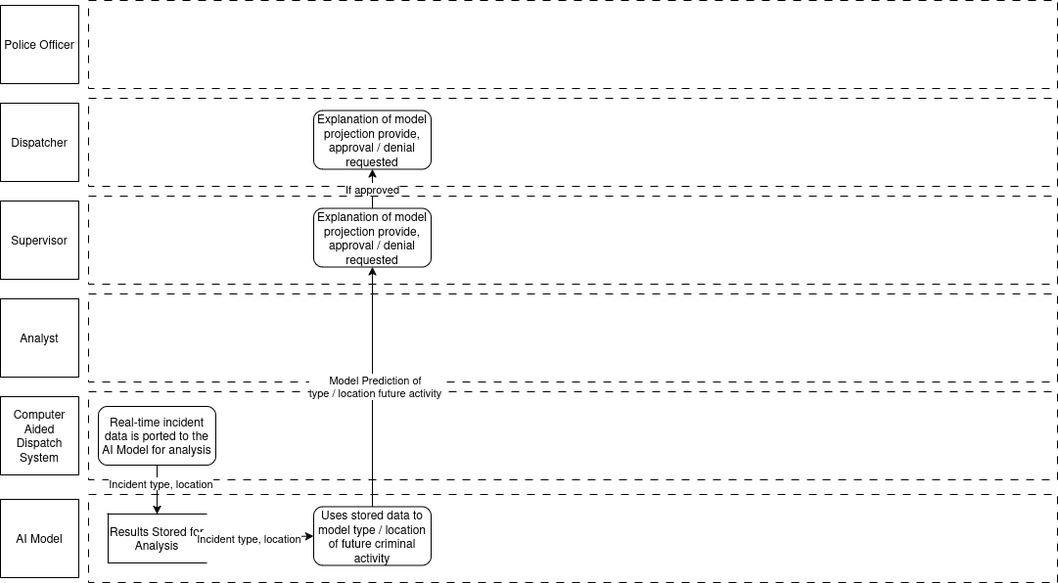
Earlier version of the draw.io export Week_5/Week5Diagram_Wright.png (bama730/CS_3332). Source tidied: cells renumbered, new cells last; positions are measured from the earlier drawing's top-left corner, leaving out a move shared by most shapes.
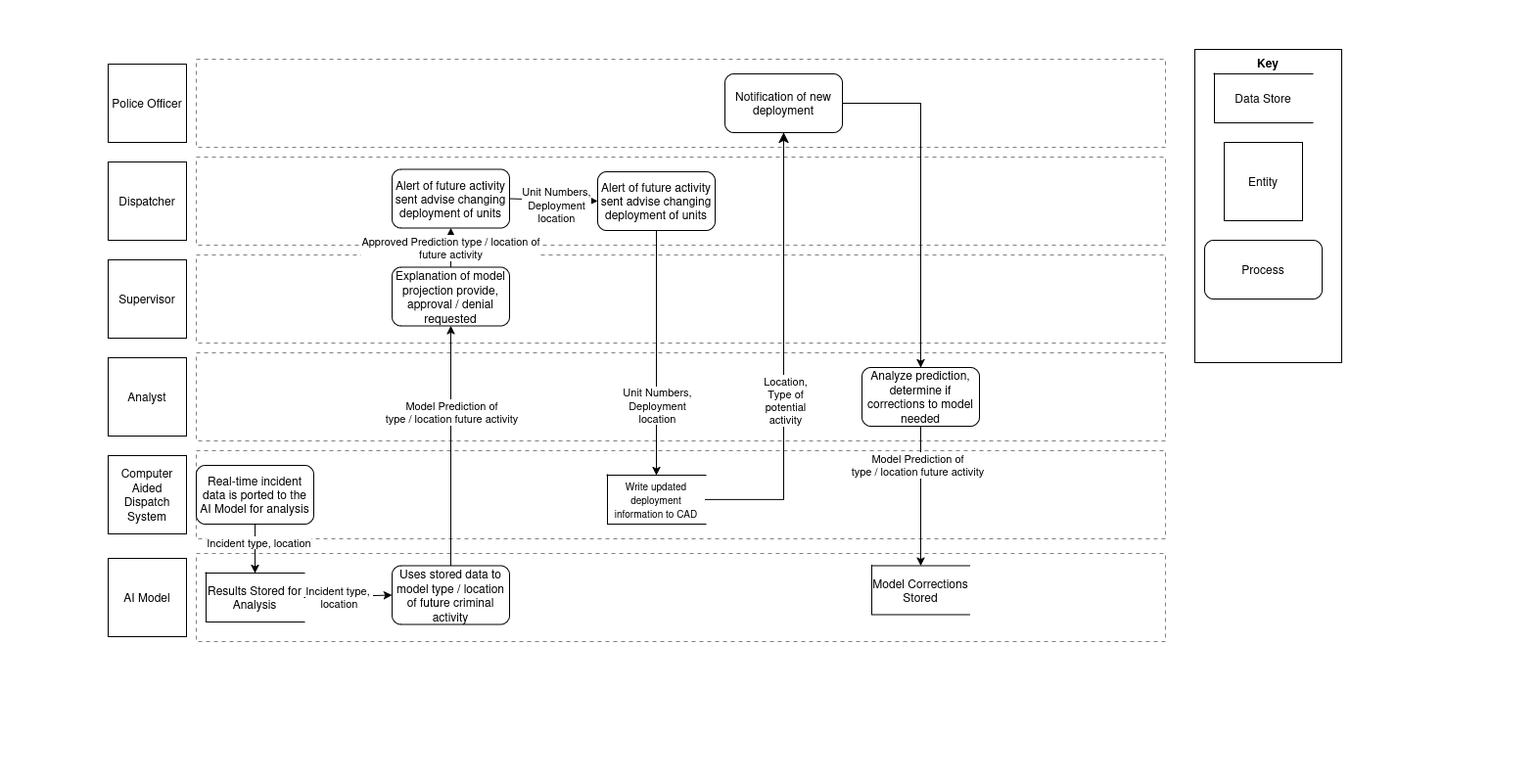
Above is the later version.

Change to the diagram source:
```diff
@@ -2,47 +2,50 @@
   <root>
     <mxCell id="0" />
     <mxCell id="1" parent="0" />
+    <mxCell id="26" style="rounded=0;whiteSpace=wrap;html=1;strokeColor=none;" parent="1" vertex="1">
+      <mxGeometry x="-110" y="-60" width="1570" height="800" as="geometry" />
+    </mxCell>
-    <mxCell id="2" style="rounded=0;whiteSpace=wrap;html=1;dashed=1;dashPattern=8 8;" parent="1" vertex="1">
+    <mxCell id="2" style="rounded=0;whiteSpace=wrap;html=1;dashed=1;dashPattern=8 8;strokeWidth=0.5;gradientColor=none;" parent="1" vertex="1">
       <mxGeometry x="90" width="990" height="90" as="geometry" />
     </mxCell>
     <mxCell id="3" value="Police Officer" style="whiteSpace=wrap;html=1;" parent="1" vertex="1">
       <mxGeometry y="5" width="80" height="80" as="geometry" />
     </mxCell>
-    <mxCell id="4" style="rounded=0;whiteSpace=wrap;html=1;dashed=1;dashPattern=8 8;" parent="1" vertex="1">
+    <mxCell id="4" style="rounded=0;whiteSpace=wrap;html=1;dashed=1;dashPattern=8 8;strokeWidth=0.5;gradientColor=none;" parent="1" vertex="1">
       <mxGeometry x="90" y="100" width="990" height="90" as="geometry" />
     </mxCell>
     <mxCell id="5" value="Dispatcher" style="whiteSpace=wrap;html=1;" parent="1" vertex="1">
       <mxGeometry y="105" width="80" height="80" as="geometry" />
     </mxCell>
-    <mxCell id="6" style="rounded=0;whiteSpace=wrap;html=1;dashed=1;dashPattern=8 8;" parent="1" vertex="1">
+    <mxCell id="6" style="rounded=0;whiteSpace=wrap;html=1;dashed=1;dashPattern=8 8;strokeWidth=0.5;gradientColor=none;" parent="1" vertex="1">
       <mxGeometry x="90" y="200" width="990" height="90" as="geometry" />
     </mxCell>
     <mxCell id="7" value="Supervisor" style="whiteSpace=wrap;html=1;" parent="1" vertex="1">
       <mxGeometry y="205" width="80" height="80" as="geometry" />
     </mxCell>
-    <mxCell id="8" style="rounded=0;whiteSpace=wrap;html=1;dashed=1;dashPattern=8 8;" parent="1" vertex="1">
+    <mxCell id="8" style="rounded=0;whiteSpace=wrap;html=1;dashed=1;dashPattern=8 8;strokeWidth=0.5;gradientColor=none;" parent="1" vertex="1">
       <mxGeometry x="90" y="300" width="990" height="90" as="geometry" />
     </mxCell>
     <mxCell id="9" value="Analyst" style="whiteSpace=wrap;html=1;" parent="1" vertex="1">
       <mxGeometry y="305" width="80" height="80" as="geometry" />
     </mxCell>
-    <mxCell id="10" style="rounded=0;whiteSpace=wrap;html=1;dashed=1;dashPattern=8 8;" parent="1" vertex="1">
+    <mxCell id="10" style="rounded=0;whiteSpace=wrap;html=1;dashed=1;dashPattern=8 8;strokeWidth=0.5;gradientColor=none;" parent="1" vertex="1">
       <mxGeometry x="90" y="400" width="990" height="90" as="geometry" />
     </mxCell>
     <mxCell id="11" value="Computer Aided Dispatch System" style="whiteSpace=wrap;html=1;" parent="1" vertex="1">
       <mxGeometry y="405" width="80" height="80" as="geometry" />
     </mxCell>
-    <mxCell id="12" style="rounded=0;whiteSpace=wrap;html=1;dashed=1;dashPattern=8 8;" parent="1" vertex="1">
+    <mxCell id="12" style="rounded=0;whiteSpace=wrap;html=1;dashed=1;dashPattern=8 8;strokeWidth=0.5;gradientColor=none;" parent="1" vertex="1">
       <mxGeometry x="90" y="505" width="990" height="90" as="geometry" />
     </mxCell>
     <mxCell id="13" value="AI Model" style="whiteSpace=wrap;html=1;" parent="1" vertex="1">
       <mxGeometry y="510" width="80" height="80" as="geometry" />
     </mxCell>
     <mxCell id="14" value="Results Stored for Analysis" style="html=1;dashed=0;whiteSpace=wrap;shape=partialRectangle;right=0;" parent="1" vertex="1">
-      <mxGeometry x="110" y="525" width="100" height="50" as="geometry" />
+      <mxGeometry x="100" y="525" width="100" height="50" as="geometry" />
     </mxCell>
     <mxCell id="15" value="Real-time incident data is ported to the AI Model for analysis" style="rounded=1;whiteSpace=wrap;html=1;" parent="1" vertex="1">
-      <mxGeometry x="100" y="415" width="120" height="60" as="geometry" />
+      <mxGeometry x="90" y="415" width="120" height="60" as="geometry" />
     </mxCell>
     <mxCell id="16" style="endArrow=classic;html=1;rounded=0;exitX=0.5;exitY=1;exitDx=0;exitDy=0;" parent="1" edge="1" source="15" target="14">
       <mxGeometry relative="1" as="geometry" />
@@ -53,28 +56,91 @@
     <mxCell id="18" style="endArrow=classic;html=1;rounded=0;exitX=1;exitY=0.5;exitDx=0;exitDy=0;entryX=0;entryY=0.5;entryDx=0;entryDy=0;" parent="1" edge="1" source="14" target="20">
       <mxGeometry relative="1" as="geometry" />
     </mxCell>
-    <mxCell id="19" value="Incident type, location" style="edgeLabel;html=1;align=center;verticalAlign=middle;" parent="18" vertex="1">
+    <mxCell id="19" value="&lt;div&gt;Incident type,&amp;nbsp;&lt;/div&gt;&lt;div&gt;location&lt;/div&gt;" style="edgeLabel;html=1;align=center;verticalAlign=middle;" parent="18" vertex="1">
       <mxGeometry x="-0.2" relative="1" as="geometry" />
     </mxCell>
     <mxCell id="20" value="Uses stored data to model type / location of future criminal activity" style="rounded=1;whiteSpace=wrap;html=1;" parent="1" vertex="1">
-      <mxGeometry x="320" y="517.5" width="120" height="60" as="geometry" />
+      <mxGeometry x="290" y="517.5" width="120" height="60" as="geometry" />
     </mxCell>
     <mxCell id="21" value="Explanation of model projection provide, approval / denial requested " style="rounded=1;whiteSpace=wrap;html=1;" parent="1" vertex="1">
-      <mxGeometry x="320" y="212.5" width="120" height="60" as="geometry" />
+      <mxGeometry x="290" y="212.5" width="120" height="60" as="geometry" />
     </mxCell>
     <mxCell id="22" style="endArrow=classic;html=1;rounded=0;exitX=0.5;exitY=0;exitDx=0;exitDy=0;entryX=0.5;entryY=1;entryDx=0;entryDy=0;" parent="1" edge="1" source="20" target="21">
       <mxGeometry relative="1" as="geometry" />
     </mxCell>
     <mxCell id="23" value="&lt;div&gt;Model Prediction of&lt;/div&gt;&lt;div&gt;type / location future activity&lt;br&gt;&lt;/div&gt;" style="edgeLabel;html=1;align=center;verticalAlign=middle;" parent="22" vertex="1">
       <mxGeometry x="0.01" y="-2" relative="1" as="geometry">
-        <mxPoint y="1" as="offset" />
+        <mxPoint x="-2" y="-33" as="offset" />
       </mxGeometry>
     </mxCell>
+    <mxCell id="27" style="edgeStyle=orthogonalEdgeStyle;rounded=0;jettySize=auto;html=1;entryX=0.5;entryY=0;entryDx=0;entryDy=0;exitX=0.5;exitY=1;exitDx=0;exitDy=0;" parent="1" edge="1" source="30" target="29">
+      <mxGeometry relative="1" as="geometry">
+        <Array as="points">
+          <mxPoint x="560" y="320" />
+          <mxPoint x="560" y="320" />
+        </Array>
+      </mxGeometry>
+    </mxCell>
+    <mxCell id="28" value="&lt;div&gt;Unit Numbers,&lt;/div&gt;&lt;div&gt;Deployment&lt;/div&gt;location" style="edgeLabel;html=1;align=center;verticalAlign=middle;" parent="27" vertex="1">
+      <mxGeometry x="0.42" relative="1" as="geometry" />
+    </mxCell>
-    <mxCell id="24" value="Explanation of model projection provide, approval / denial requested " style="rounded=1;whiteSpace=wrap;html=1;" parent="1" vertex="1">
-      <mxGeometry x="320" y="112.5" width="120" height="60" as="geometry" />
+    <mxCell id="24" value="Alert of future activity sent advise changing deployment of units" style="rounded=1;whiteSpace=wrap;html=1;" parent="1" vertex="1">
+      <mxGeometry x="290" y="112.5" width="120" height="60" as="geometry" />
     </mxCell>
-    <mxCell id="25" value="If approved" style="endArrow=classic;html=1;rounded=0;exitX=0.5;exitY=0;exitDx=0;exitDy=0;entryX=0.5;entryY=1;entryDx=0;entryDy=0;" parent="1" edge="1" source="21" target="24">
+    <mxCell id="25" value="&lt;div&gt;Approved Prediction type / location of &lt;br&gt;&lt;/div&gt;&lt;div&gt;future activity&lt;br&gt;&lt;/div&gt;" style="endArrow=classic;html=1;rounded=0;exitX=0.5;exitY=0;exitDx=0;exitDy=0;entryX=0.5;entryY=1;entryDx=0;entryDy=0;" parent="1" edge="1" source="21" target="24">
       <mxGeometry relative="1" as="geometry" />
     </mxCell>
+    <mxCell id="29" value="&lt;font style=&quot;font-size: 10px;&quot;&gt;Write updated deployment information to CAD&lt;/font&gt;" style="html=1;dashed=0;whiteSpace=wrap;shape=partialRectangle;right=0;" parent="1" vertex="1">
+      <mxGeometry x="510" y="425" width="100" height="50" as="geometry" />
+    </mxCell>
+    <mxCell id="30" value="Alert of future activity sent advise changing deployment of units" style="rounded=1;whiteSpace=wrap;html=1;" parent="1" vertex="1">
+      <mxGeometry x="500" y="115" width="120" height="60" as="geometry" />
+    </mxCell>
+    <mxCell id="31" style="endArrow=classic;html=1;rounded=0;exitX=1;exitY=0.5;exitDx=0;exitDy=0;entryX=0;entryY=0.5;entryDx=0;entryDy=0;" parent="1" edge="1" source="24" target="30">
+      <mxGeometry relative="1" as="geometry" />
+    </mxCell>
+    <mxCell id="32" value="&lt;div&gt;Unit Numbers,&lt;/div&gt;&lt;div&gt;Deployment&lt;/div&gt;&lt;div&gt;location&lt;br&gt;&lt;/div&gt;" style="edgeLabel;html=1;align=center;verticalAlign=middle;" parent="31" vertex="1">
+      <mxGeometry x="0.06" y="-4" relative="1" as="geometry">
+        <mxPoint y="1" as="offset" />
+      </mxGeometry>
+    </mxCell>
+    <mxCell id="33" style="edgeStyle=orthogonalEdgeStyle;rounded=0;jettySize=auto;html=1;" parent="1" edge="1" source="34" target="37">
+      <mxGeometry relative="1" as="geometry" />
+    </mxCell>
+    <mxCell id="34" value="Notification of new deployment" style="rounded=1;whiteSpace=wrap;html=1;" parent="1" vertex="1">
+      <mxGeometry x="630" y="15" width="120" height="60" as="geometry" />
+    </mxCell>
+    <mxCell id="35" style="edgeStyle=segmentEdgeStyle;endArrow=classic;html=1;curved=0;rounded=0;endSize=8;startSize=8;exitX=1;exitY=0.5;exitDx=0;exitDy=0;entryX=0.5;entryY=1;entryDx=0;entryDy=0;" parent="1" edge="1" source="29" target="34">
+      <mxGeometry relative="1" as="geometry" />
+    </mxCell>
+    <mxCell id="36" value="&lt;div&gt;Location,&lt;/div&gt;&lt;div&gt;Type of &lt;br&gt;&lt;/div&gt;&lt;div&gt;potential&lt;/div&gt;&lt;div&gt;activity&lt;br&gt;&lt;/div&gt;" style="edgeLabel;html=1;align=center;verticalAlign=middle;" parent="35" vertex="1">
+      <mxGeometry x="-0.2" y="-1" relative="1" as="geometry" />
+    </mxCell>
+    <mxCell id="37" value="Analyze prediction, determine if corrections to model needed" style="whiteSpace=wrap;html=1;rounded=1;" parent="1" vertex="1">
+      <mxGeometry x="770" y="315" width="120" height="60" as="geometry" />
+    </mxCell>
+    <mxCell id="38" value="&lt;div&gt;Model Corrections&lt;/div&gt;&lt;div&gt;Stored&lt;br&gt;&lt;/div&gt;" style="html=1;dashed=0;whiteSpace=wrap;shape=partialRectangle;right=0;" parent="1" vertex="1">
+      <mxGeometry x="780" y="517.5" width="100" height="50" as="geometry" />
+    </mxCell>
+    <mxCell id="39" style="endArrow=classic;html=1;rounded=0;exitX=0.5;exitY=1;exitDx=0;exitDy=0;entryX=0.5;entryY=0;entryDx=0;entryDy=0;" parent="1" edge="1" source="37" target="38">
+      <mxGeometry relative="1" as="geometry" />
+    </mxCell>
+    <mxCell id="40" value="&lt;div&gt;Model Prediction of&lt;/div&gt;&lt;div&gt;type / location future activity&lt;br&gt;&lt;/div&gt;" style="edgeLabel;html=1;align=center;verticalAlign=middle;" parent="39" vertex="1">
+      <mxGeometry x="0.01" y="-2" relative="1" as="geometry">
+        <mxPoint x="-2" y="-33" as="offset" />
+      </mxGeometry>
+    </mxCell>
+    <mxCell id="41" value="&lt;b&gt;Key&lt;/b&gt;" style="rounded=0;whiteSpace=wrap;html=1;verticalAlign=top;" parent="1" vertex="1">
+      <mxGeometry x="1110" y="-10" width="150" height="320" as="geometry" />
+    </mxCell>
+    <mxCell id="42" value="Data Store" style="html=1;dashed=0;whiteSpace=wrap;shape=partialRectangle;right=0;" parent="1" vertex="1">
+      <mxGeometry x="1130" y="15" width="100" height="50" as="geometry" />
+    </mxCell>
+    <mxCell id="43" value="Entity" style="whiteSpace=wrap;html=1;" parent="1" vertex="1">
+      <mxGeometry x="1140" y="85" width="80" height="80" as="geometry" />
+    </mxCell>
+    <mxCell id="44" value="Process" style="rounded=1;whiteSpace=wrap;html=1;" parent="1" vertex="1">
+      <mxGeometry x="1120" y="185" width="120" height="60" as="geometry" />
+    </mxCell>
   </root>
 </mxGraphModel>
```
